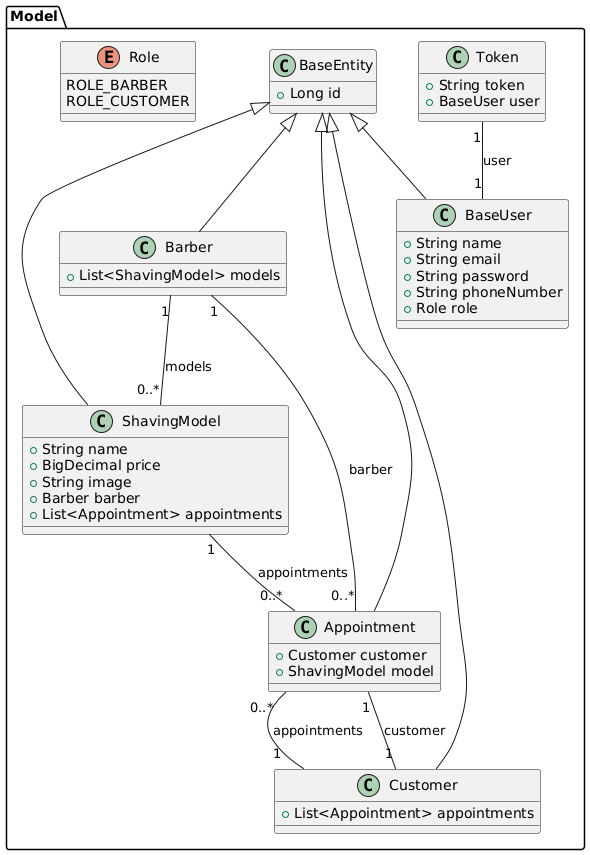
Earlier version of the PlantUML export diagrams/database.png (onlinebarber2024/onlinebarber-be). The source it was exported from:
```plantuml
@startuml
package "Model" {

    class BaseEntity {
        + Long id
    }

    class BaseUser {
        + String name
        + String email
        + String password
        + String phoneNumber
        + Role role
    }

    class Barber {
        + List<ShavingModel> models
    }

    class Customer {
        + List<Appointment> appointments
    }

    class Appointment {
        + Customer customer
        + ShavingModel model
    }

    class ShavingModel {
        + String name
        + BigDecimal price
        + String image
        + Barber barber
        + List<Appointment> appointments
    }

    class Token {
        + String token
        + BaseUser user
    }

    enum Role {
        ROLE_BARBER
        ROLE_CUSTOMER
    }

    BaseEntity <|-- BaseUser
    BaseEntity <|-- Barber
    BaseEntity <|-- Customer
    BaseEntity <|-- Appointment
    BaseEntity <|-- ShavingModel

    Barber "1" -- "0..*" ShavingModel : models
    Customer "1" -- "0..*" Appointment : appointments
    ShavingModel "1" -- "0..*" Appointment : appointments
    Barber "1" -- "0..*" Appointment : barber
    Appointment "1" -- "1" Customer : customer
    Token "1" -- "1" BaseUser : user

}
@enduml
```
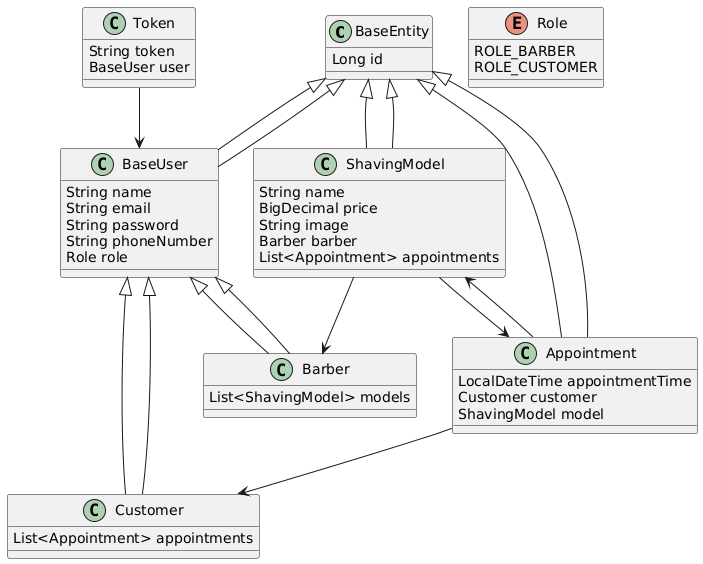
The same file after the commit.

What changed in the source:
```diff
@@ -1,61 +1,56 @@
 @startuml
-package "Model" {
+class BaseEntity {
+    Long id
+}
 
-    class BaseEntity {
-        + Long id
-    }
+class BaseUser extends BaseEntity {
+    String name
+    String email
+    String password
+    String phoneNumber
+    Role role
+}
 
-    class BaseUser {
-        + String name
-        + String email
-        + String password
-        + String phoneNumber
-        + Role role
-    }
+class Barber extends BaseUser {
+    List<ShavingModel> models
+}
 
-    class Barber {
-        + List<ShavingModel> models
-    }
+class Customer extends BaseUser {
+    List<Appointment> appointments
+}
 
-    class Customer {
-        + List<Appointment> appointments
-    }
+class ShavingModel extends BaseEntity {
+    String name
+    BigDecimal price
+    String image
+    Barber barber
+    List<Appointment> appointments
+}
 
-    class Appointment {
-        + Customer customer
-        + ShavingModel model
-    }
+class Appointment extends BaseEntity {
+    LocalDateTime appointmentTime
+    Customer customer
+    ShavingModel model
+}
 
-    class ShavingModel {
-        + String name
-        + BigDecimal price
-        + String image
-        + Barber barber
-        + List<Appointment> appointments
-    }
+class Token {
+    String token
+    BaseUser user
+}
 
-    class Token {
-        + String token
-        + BaseUser user
-    }
+enum Role {
+    ROLE_BARBER
+    ROLE_CUSTOMER
+}
 
-    enum Role {
-        ROLE_BARBER
-        ROLE_CUSTOMER
-    }
-
-    BaseEntity <|-- BaseUser
-    BaseEntity <|-- Barber
-    BaseEntity <|-- Customer
-    BaseEntity <|-- Appointment
-    BaseEntity <|-- ShavingModel
-
-    Barber "1" -- "0..*" ShavingModel : models
-    Customer "1" -- "0..*" Appointment : appointments
-    ShavingModel "1" -- "0..*" Appointment : appointments
-    Barber "1" -- "0..*" Appointment : barber
-    Appointment "1" -- "1" Customer : customer
-    Token "1" -- "1" BaseUser : user
-
-}
+BaseUser <|-- Barber
+BaseUser <|-- Customer
+BaseEntity <|-- BaseUser
+BaseEntity <|-- ShavingModel
+BaseEntity <|-- Appointment
+ShavingModel --> Barber
+ShavingModel --> Appointment
+Appointment --> Customer
+Appointment --> ShavingModel
+Token --> BaseUser
 @enduml
```
